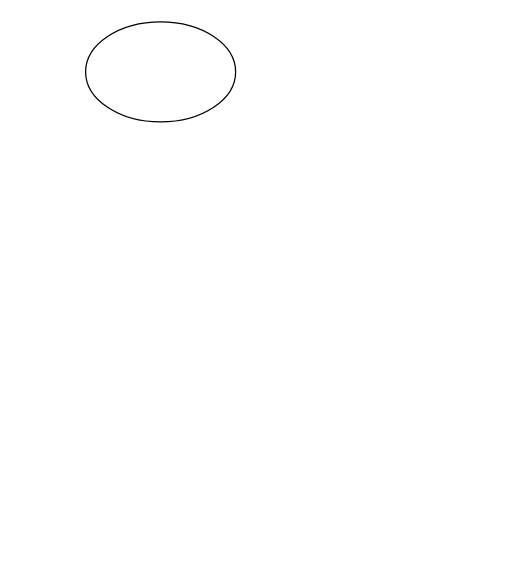
Before: 소고기국밥.drawio in SOGONG-FD/FM-AI, a draw.io diagram. Source tidied: cells renumbered, new cells numbered last; positions are measured from the earlier drawing's top-left corner, leaving out a move shared by most shapes. Both pictures are drawn from the tidied source at 125%, with x=0, y=0 at pixel (85, 21).
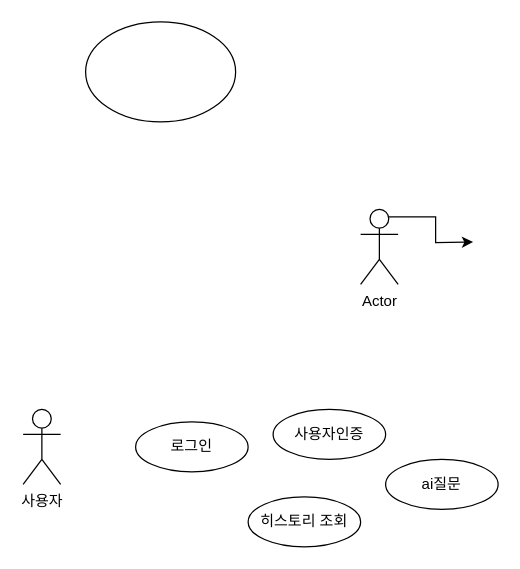
The same page after the edit.

Commit message (it also covers changes not shown here):
소고기국밥.drawio 업데이트

The edit, as a diff of the source:
```diff
@@
 <mxGraphModel>
   <root>
     <mxCell id="0" />
     <mxCell id="1" parent="0" />
     <mxCell id="2" style="ellipse;whiteSpace=wrap;html=1;" parent="1" vertex="1">
       <mxGeometry width="120" height="80" as="geometry" />
     </mxCell>
+    <mxCell id="3" style="edgeStyle=orthogonalEdgeStyle;rounded=0;jettySize=auto;html=1;exitX=0.75;exitY=0.1;exitDx=0;exitDy=0;exitPerimeter=0;" parent="1" edge="1" source="4">
+      <mxGeometry relative="1" as="geometry">
+        <mxPoint x="310" y="176.1" as="targetPoint" />
+      </mxGeometry>
+    </mxCell>
+    <mxCell id="4" value="Actor" style="shape=umlActor;verticalLabelPosition=bottom;verticalAlign=top;html=1;outlineConnect=0;" parent="1" vertex="1">
+      <mxGeometry x="220" y="150" width="30" height="60" as="geometry" />
+    </mxCell>
+    <mxCell id="5" value="사용자" style="shape=umlActor;verticalLabelPosition=bottom;verticalAlign=top;html=1;" parent="1" vertex="1">
+      <mxGeometry x="-50" y="310" width="30" height="60" as="geometry" />
+    </mxCell>
+    <mxCell id="6" value="로그인" style="ellipse;whiteSpace=wrap;html=1;" parent="1" vertex="1">
+      <mxGeometry x="40" y="320" width="90" height="40" as="geometry" />
+    </mxCell>
+    <mxCell id="7" value="사용자인증" style="ellipse;whiteSpace=wrap;html=1;" parent="1" vertex="1">
+      <mxGeometry x="150" y="310" width="90" height="40" as="geometry" />
+    </mxCell>
+    <mxCell id="8" value="히스토리 조회" style="ellipse;whiteSpace=wrap;html=1;" parent="1" vertex="1">
+      <mxGeometry x="130" y="380" width="90" height="40" as="geometry" />
+    </mxCell>
+    <mxCell id="9" value="ai질문" style="ellipse;whiteSpace=wrap;html=1;" parent="1" vertex="1">
+      <mxGeometry x="240" y="350" width="90" height="40" as="geometry" />
+    </mxCell>
   </root>
 </mxGraphModel>
```
